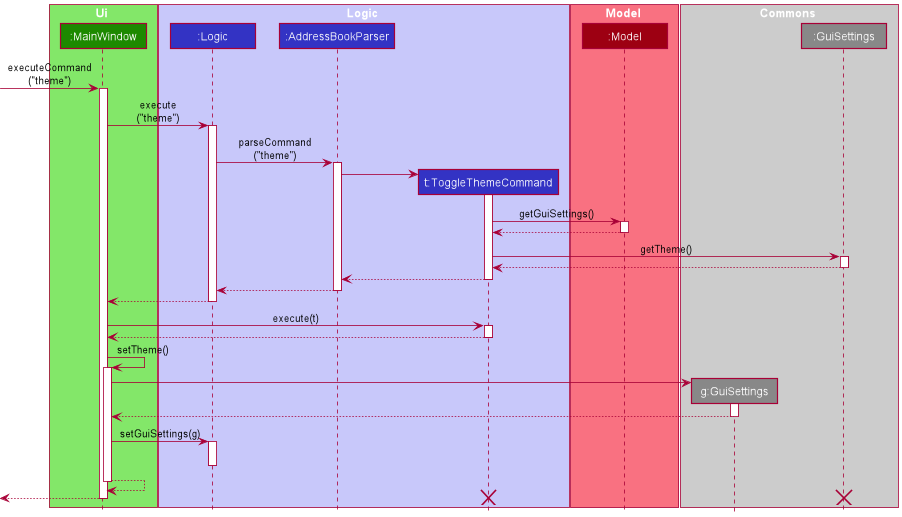
The PlantUML diagram docs/images/ThemeDiagram.png in nus-cs2103-AY2021S2/tp, before a commit.
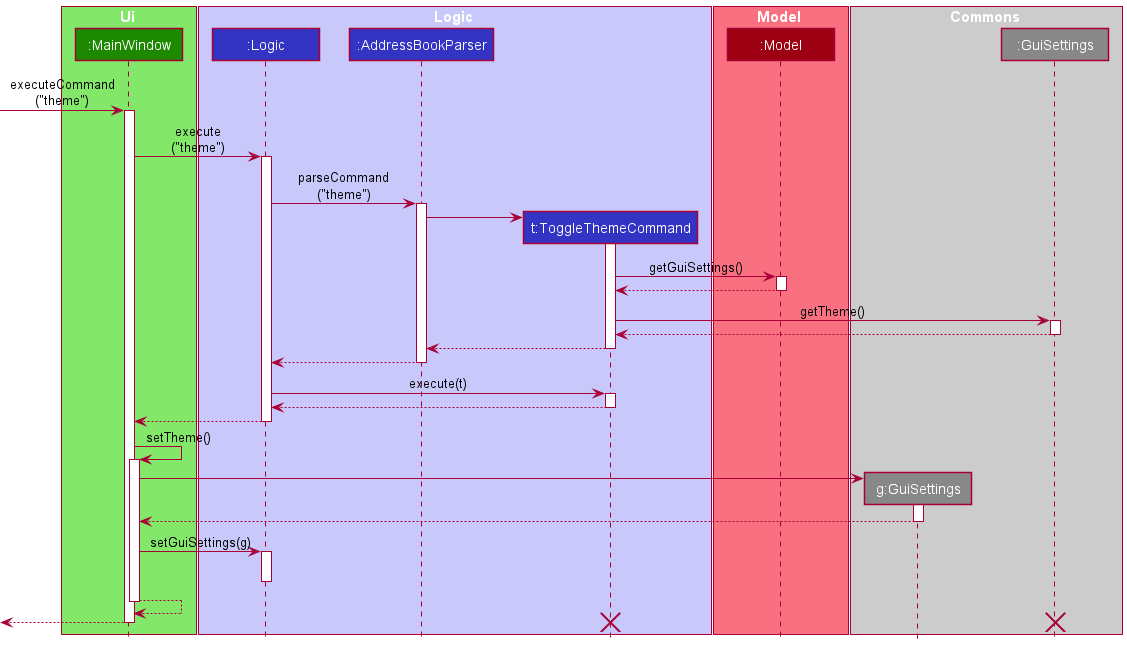
The same file after the commit.

Commit message:
Fix Theme diagram in DG and add subdiagrams

The edit, as a diff of the source:
```diff
@@ -22,13 +22,10 @@
 participant ":GuiSettings" as GuiSettings #888
 end box
 
-
 [-> MainWindow : executeCommand\n("theme")
 activate MainWindow
 MainWindow -> Logic : execute\n("theme")
-
 activate Logic
-
 
 Logic -> AddressBookParser : parseCommand\n("theme")
 activate AddressBookParser
@@ -49,13 +46,13 @@
 deactivate ToggleThemeCommand
 AddressBookParser --> Logic
 deactivate AddressBookParser
+Logic -> ToggleThemeCommand : execute(t)
+activate ToggleThemeCommand
+ToggleThemeCommand --> Logic
+deactivate ToggleThemeCommand
 Logic --> MainWindow
 deactivate Logic
 
-MainWindow -> ToggleThemeCommand : execute(t)
-activate ToggleThemeCommand
-ToggleThemeCommand --> MainWindow
-deactivate ToggleThemeCommand
 MainWindow -> MainWindow : setTheme()
 activate MainWindow
 create GuiSettingsNew
```
